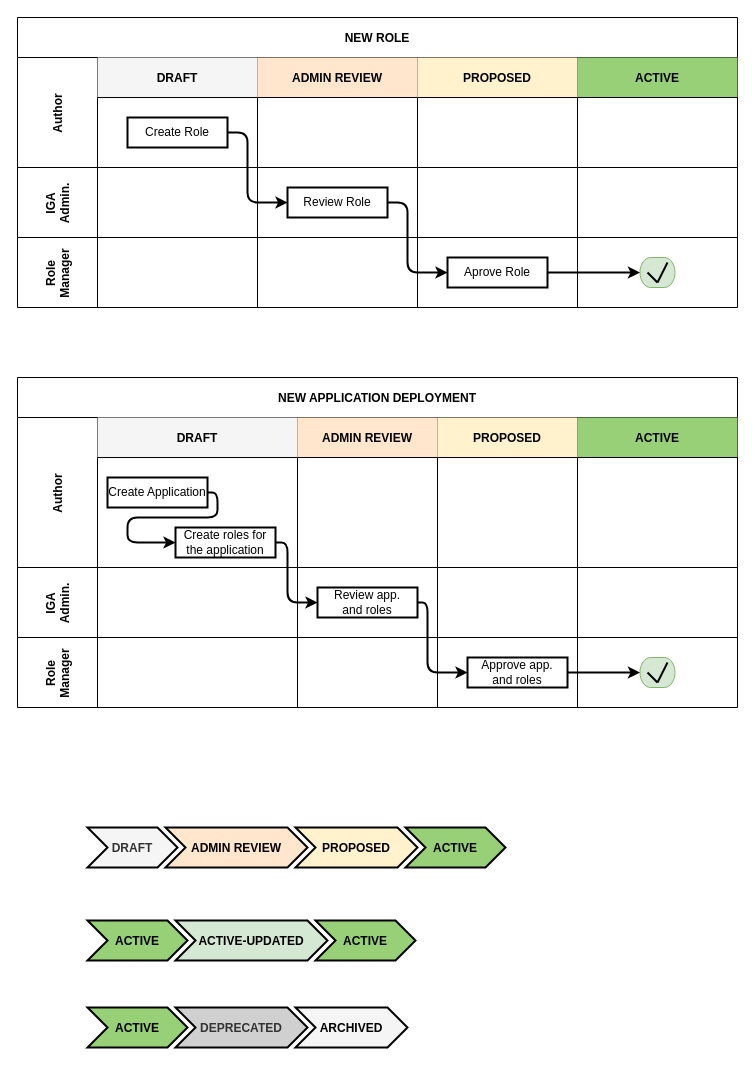
This is page "re-new-app-role" (5 of 10) of midpoint/devel/iga/iga-schemas.drawio from Evolveum/docs, a draw.io file, before an edit. Source tidied: cells renumbered, new cells numbered last; positions are measured from the earlier drawing's top-left corner, leaving out a move shared by most shapes. Both pictures are drawn from the tidied source at 100%, with x=0, y=0 at pixel (17, 17).
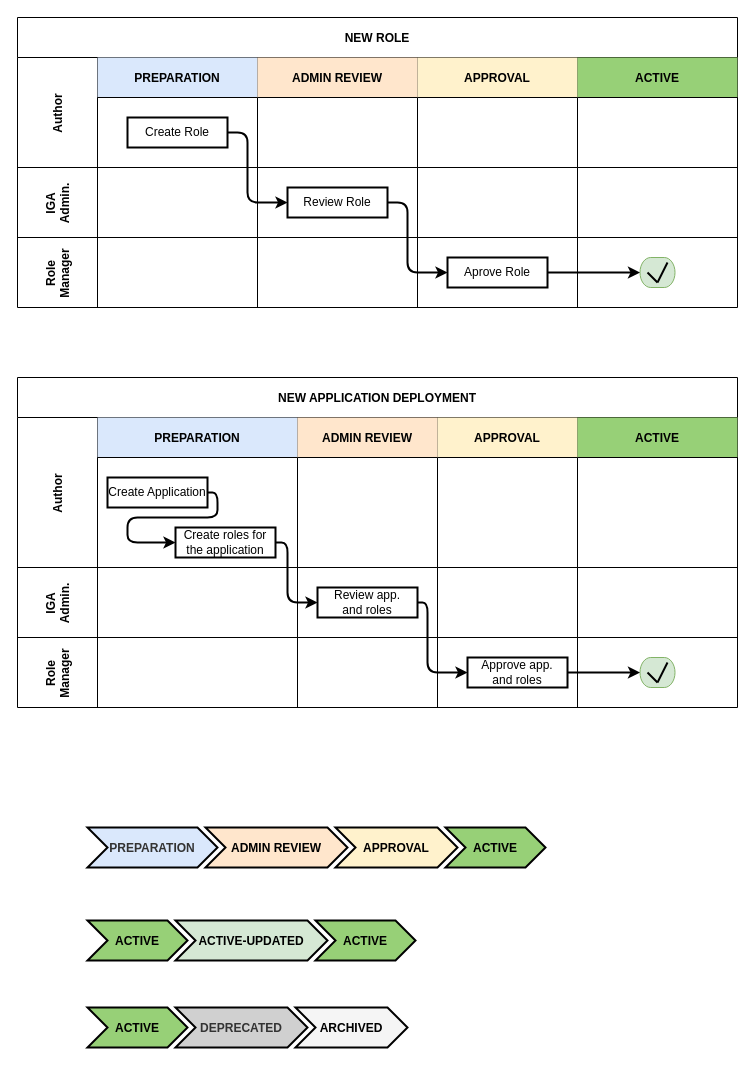
After the change.

Unchanged cells that the change refers to:
```xml
<mxCell id="16" value="Author" style="shape=tableRow;horizontal=0;startSize=80;swimlaneHead=0;swimlaneBody=0;top=0;left=0;bottom=0;right=0;fillColor=none;fontStyle=1;" parent="15" vertex="1">
  <mxGeometry y="40" width="720" height="110" as="geometry" />
</mxCell>
<mxCell id="44" value="Author" style="shape=tableRow;horizontal=0;startSize=80;swimlaneHead=0;swimlaneBody=0;top=0;left=0;bottom=0;right=0;fillColor=none;fontStyle=1;" parent="43" vertex="1">
  <mxGeometry y="40" width="720" height="150" as="geometry" />
</mxCell>
```

Change to the diagram source:
```diff
@@
     <mxCell id="2" style="swimlane;horizontal=1;fillColor=none;strokeColor=none;stackBorder=10;align=center;fontColor=#000000;startSize=0;" parent="1" vertex="1">
-      <mxGeometry x="60" y="800" width="438" height="60" as="geometry" />
+      <mxGeometry x="60" y="800" width="478" height="60" as="geometry" />
     </mxCell>
-    <mxCell id="3" value="DRAFT" style="shape=step;perimeter=stepPerimeter;fixedSize=1;strokeWidth=2;fillColor=#f5f5f5;fontColor=#333333;strokeColor=#000000;fontStyle=1;" parent="2" vertex="1">
-      <mxGeometry x="10" y="10" width="90" height="40" as="geometry" />
+    <mxCell id="3" value="PREPARATION" style="shape=step;perimeter=stepPerimeter;fixedSize=1;strokeWidth=2;fillColor=#DAE8FC;fontColor=#333333;strokeColor=#000000;fontStyle=1;" parent="2" vertex="1">
+      <mxGeometry x="10" y="10" width="130" height="40" as="geometry" />
     </mxCell>
     <mxCell id="4" value="ADMIN REVIEW" style="shape=step;perimeter=stepPerimeter;fixedSize=1;strokeWidth=2;fillColor=#ffe6cc;strokeColor=#000000;fontStyle=1;" parent="2" vertex="1">
-      <mxGeometry x="88" y="10" width="142" height="40" as="geometry" />
+      <mxGeometry x="128" y="10" width="142" height="40" as="geometry" />
     </mxCell>
-    <mxCell id="5" value="PROPOSED" style="shape=step;perimeter=stepPerimeter;fixedSize=1;strokeWidth=2;fillColor=#fff2cc;strokeColor=#000000;fontStyle=1;" parent="2" vertex="1">
-      <mxGeometry x="218" y="10" width="122" height="40" as="geometry" />
+    <mxCell id="5" value="APPROVAL" style="shape=step;perimeter=stepPerimeter;fixedSize=1;strokeWidth=2;fillColor=#fff2cc;strokeColor=#000000;fontStyle=1;" parent="2" vertex="1">
+      <mxGeometry x="258" y="10" width="122" height="40" as="geometry" />
     </mxCell>
     <mxCell id="6" value="ACTIVE" style="shape=step;perimeter=stepPerimeter;fixedSize=1;strokeWidth=2;fillColor=#97D077;fontStyle=1;" parent="2" vertex="1">
-      <mxGeometry x="328" y="10" width="100" height="40" as="geometry" />
+      <mxGeometry x="368" y="10" width="100" height="40" as="geometry" />
     </mxCell>
@@
-    <mxCell id="17" value="DRAFT" style="swimlane;swimlaneHead=0;swimlaneBody=0;fontStyle=0;fillColor=#F5F5F5;startSize=40;fontStyle=1;" parent="16" vertex="1">
+    <mxCell id="17" value="PREPARATION" style="swimlane;swimlaneHead=0;swimlaneBody=0;fontStyle=0;fillColor=#DAE8FC;startSize=40;fontStyle=1;" parent="16" vertex="1">
       <mxGeometry x="80" width="160" height="110" as="geometry" />
     </mxCell>
@@
-    <mxCell id="20" value="PROPOSED" style="swimlane;swimlaneHead=0;swimlaneBody=0;fontStyle=0;fillColor=#FFF2CC;startSize=40;fontStyle=1;" parent="16" vertex="1">
+    <mxCell id="20" value="APPROVAL" style="swimlane;swimlaneHead=0;swimlaneBody=0;fontStyle=0;fillColor=#FFF2CC;startSize=40;fontStyle=1;" parent="16" vertex="1">
       <mxGeometry x="400" width="160" height="110" as="geometry" />
     </mxCell>
@@
-    <mxCell id="45" value="DRAFT" style="swimlane;swimlaneHead=0;swimlaneBody=0;fontStyle=0;fillColor=#F5F5F5;startSize=40;fontStyle=1;" parent="44" vertex="1">
+    <mxCell id="45" value="PREPARATION" style="swimlane;swimlaneHead=0;swimlaneBody=0;fontStyle=0;fillColor=#DAE8FC;startSize=40;fontStyle=1;" parent="44" vertex="1">
       <mxGeometry x="80" width="200" height="150" as="geometry" />
     </mxCell>
@@
-    <mxCell id="50" value="PROPOSED" style="swimlane;swimlaneHead=0;swimlaneBody=0;fontStyle=0;fillColor=#FFF2CC;startSize=40;fontStyle=1;" parent="44" vertex="1">
+    <mxCell id="50" value="APPROVAL" style="swimlane;swimlaneHead=0;swimlaneBody=0;fontStyle=0;fillColor=#FFF2CC;startSize=40;fontStyle=1;" parent="44" vertex="1">
       <mxGeometry x="420" width="140" height="150" as="geometry" />
     </mxCell>
```
